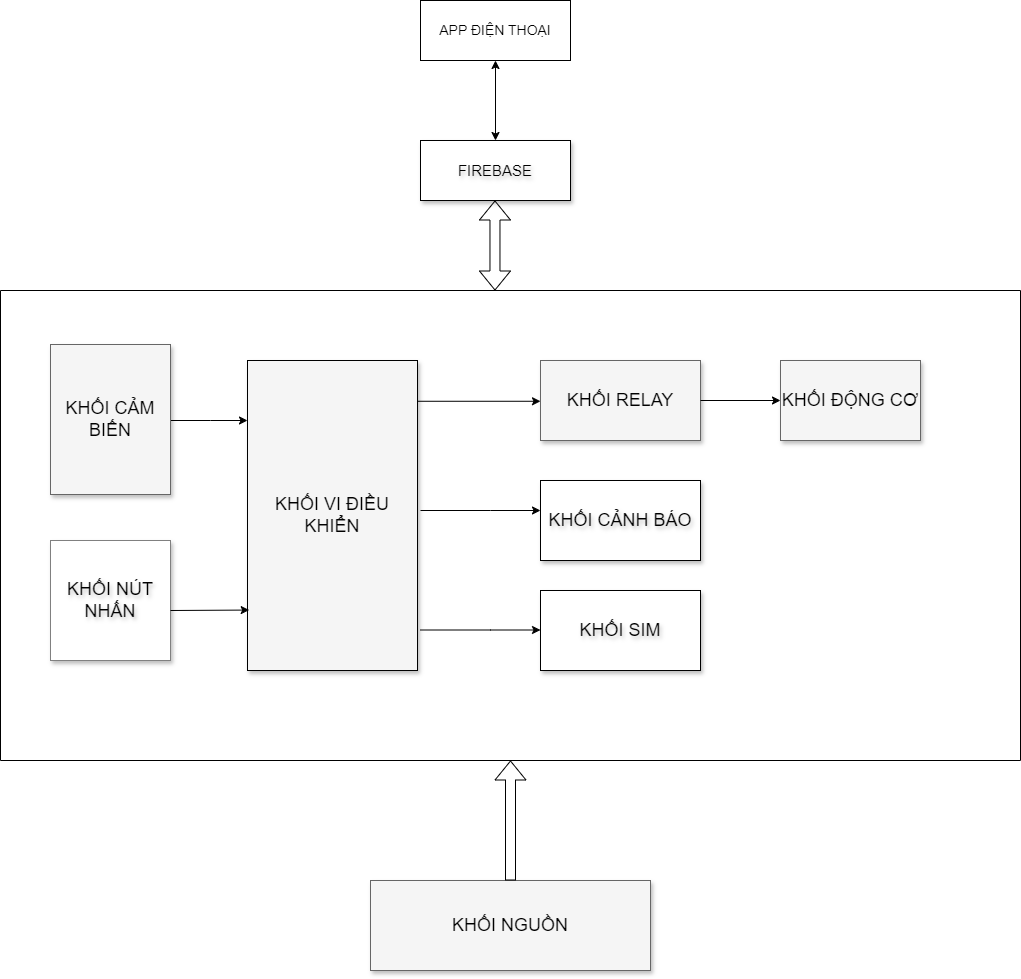
Before: Block_Diagram.drawio.png, a diagram exported from draw.io (imvietp/Final_Thesis). Source tidied: cells renumbered, new cells last; positions are measured from the earlier drawing's top-left corner, leaving out a move shared by most shapes.
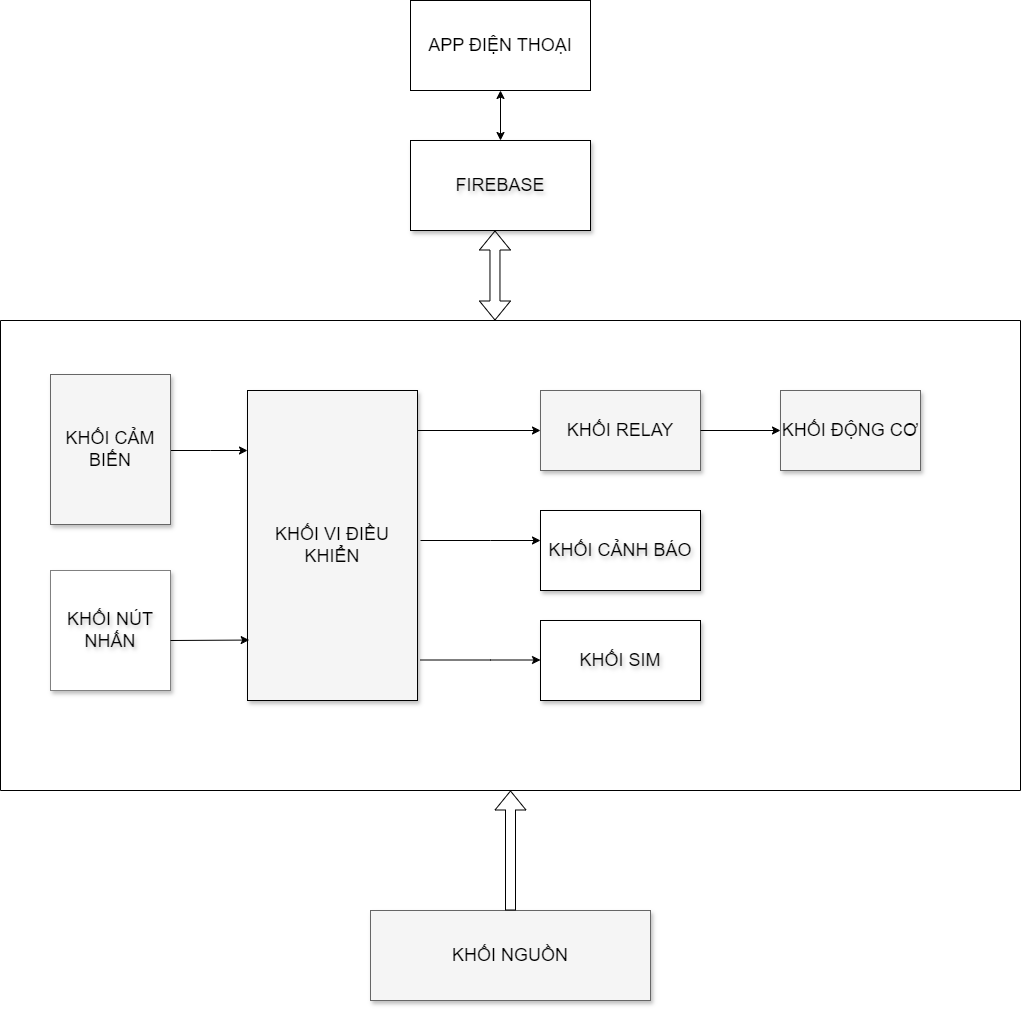
Later version of the same file.

Change to the diagram source:
```diff
@@ -21,14 +21,14 @@
     <mxCell id="6" value="KHỐI NGUỒN" style="whiteSpace=wrap;html=1;shadow=1;fontSize=18;fillColor=#f5f5f5;strokeColor=#666666;" parent="1" vertex="1">
       <mxGeometry x="370" y="880" width="280" height="90" as="geometry" />
     </mxCell>
-    <mxCell id="7" value="&lt;font style=&quot;font-size: 15px;&quot;&gt;FIREBASE&lt;/font&gt;" style="rounded=0;whiteSpace=wrap;html=1;shadow=1;textShadow=1;" parent="1" vertex="1">
-      <mxGeometry x="420" y="140" width="150" height="60" as="geometry" />
+    <mxCell id="7" value="&lt;font style=&quot;font-size: 18px;&quot;&gt;FIREBASE&lt;/font&gt;" style="rounded=0;whiteSpace=wrap;html=1;shadow=1;textShadow=1;" parent="1" vertex="1">
+      <mxGeometry x="410" y="110" width="180" height="90" as="geometry" />
     </mxCell>
     <mxCell id="8" style="endArrow=classic;startArrow=classic;html=1;rounded=0;" parent="1" edge="1" source="7" target="9">
       <mxGeometry relative="1" as="geometry" />
     </mxCell>
-    <mxCell id="9" value="&lt;font style=&quot;font-size: 14px;&quot;&gt;APP ĐIỆN THOẠI&lt;/font&gt;" style="rounded=0;whiteSpace=wrap;html=1;" parent="1" vertex="1">
-      <mxGeometry x="420" width="150" height="60" as="geometry" />
+    <mxCell id="9" value="&lt;font style=&quot;font-size: 18px;&quot;&gt;APP ĐIỆN THOẠI&lt;/font&gt;" style="rounded=0;whiteSpace=wrap;html=1;" parent="1" vertex="1">
+      <mxGeometry x="410" y="-30" width="180" height="90" as="geometry" />
     </mxCell>
     <mxCell id="10" style="swimlane;startSize=0;" parent="1" vertex="1">
       <mxGeometry y="290" width="1020" height="470" as="geometry" />
```
